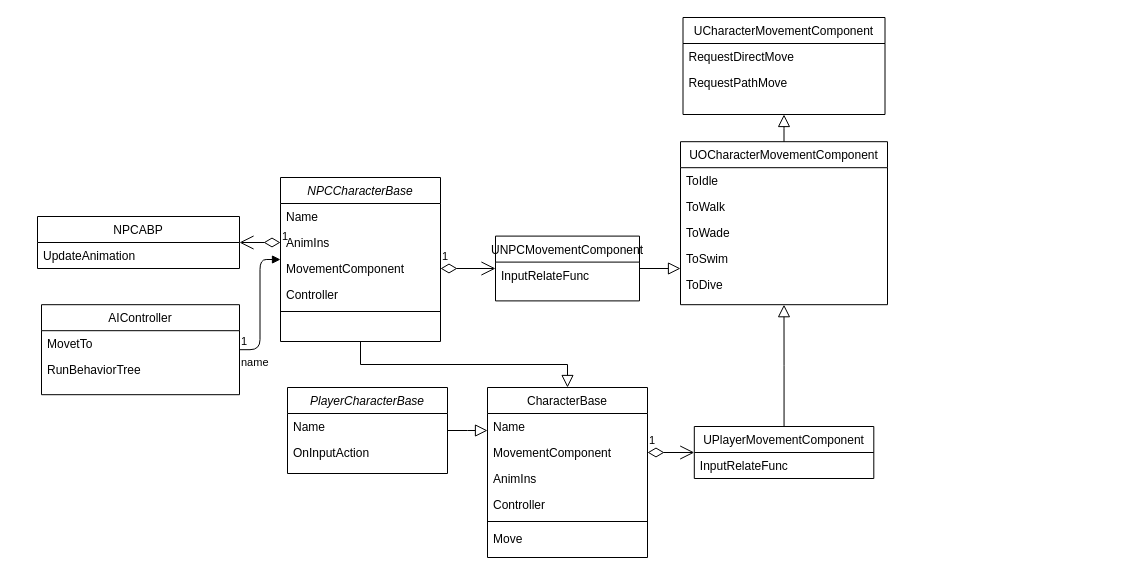
The draw.io diagram Untitled Diagram.drawio in linking314/hello-world, before the edit. Source tidied: cells renumbered, new cells numbered last; positions are measured from the earlier drawing's top-left corner, leaving out a move shared by most shapes. Both pictures are drawn from the tidied source at 100%, with x=0, y=0 at pixel (37, 17).
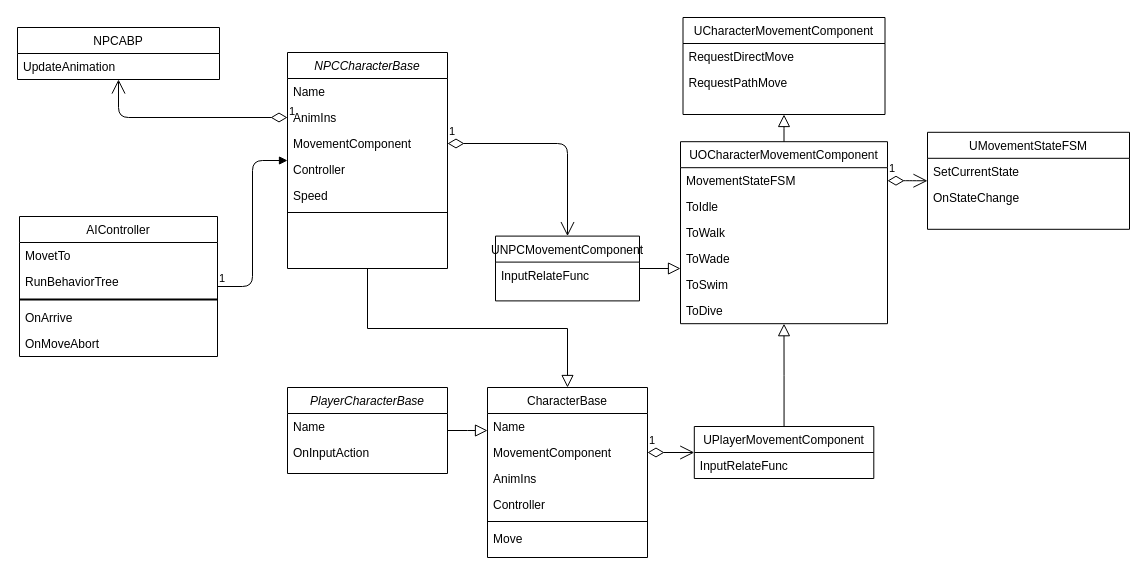
The same diagram, later.

Change to the diagram source:
```diff
@@
     <mxCell id="2" value="NPCCharacterBase&#10;" style="swimlane;fontStyle=2;align=center;verticalAlign=top;horizontal=1;startSize=26;rounded=0;shadow=0;strokeWidth=1;" parent="1" vertex="1">
-      <mxGeometry x="243" y="160" width="160" height="164" as="geometry" />
+      <mxGeometry x="250" y="35" width="160" height="216" as="geometry" />
     </mxCell>
@@
+    <mxCell id="46" value="Speed" style="text;align=left;verticalAlign=top;spacingLeft=4;spacingRight=4;overflow=hidden;rounded=0;shadow=0;html=0;" parent="2" vertex="1">
+      <mxGeometry y="130" width="160" height="26" as="geometry" />
+    </mxCell>
     <mxCell id="7" style="line;html=1;strokeWidth=1;align=left;verticalAlign=middle;spacingTop=-1;spacingLeft=3;spacingRight=3;labelPosition=right;" parent="2" vertex="1">
-      <mxGeometry y="130" width="160" height="8" as="geometry" />
+      <mxGeometry y="156" width="160" height="8" as="geometry" />
     </mxCell>
@@
     <mxCell id="16" value="UOCharacterMovementComponent" style="swimlane;fontStyle=0;align=center;verticalAlign=top;horizontal=1;startSize=26;rounded=0;shadow=0;strokeWidth=1;" parent="1" vertex="1">
-      <mxGeometry x="643" y="124.2" width="207" height="163" as="geometry" />
+      <mxGeometry x="643" y="124.2" width="207" height="182" as="geometry" />
     </mxCell>
+    <mxCell id="47" value="MovementStateFSM" style="text;align=left;verticalAlign=top;spacingLeft=4;spacingRight=4;overflow=hidden;points=[[0,0.5],[1,0.5]];portConstraint=eastwest;" parent="16" vertex="1">
+      <mxGeometry y="26" width="207" height="26" as="geometry" />
+    </mxCell>
     <mxCell id="17" value="ToIdle&#10;" style="text;align=left;verticalAlign=top;spacingLeft=4;spacingRight=4;overflow=hidden;" parent="16" vertex="1">
-      <mxGeometry y="26" width="207" height="26" as="geometry" />
+      <mxGeometry y="52" width="207" height="26" as="geometry" />
     </mxCell>
     <mxCell id="18" value="ToWalk" style="text;align=left;verticalAlign=top;spacingLeft=4;spacingRight=4;overflow=hidden;rounded=0;shadow=0;html=0;" parent="16" vertex="1">
-      <mxGeometry y="52" width="207" height="26" as="geometry" />
+      <mxGeometry y="78" width="207" height="26" as="geometry" />
     </mxCell>
     <mxCell id="19" value="ToWade" style="text;align=left;verticalAlign=top;spacingLeft=4;spacingRight=4;overflow=hidden;rounded=0;shadow=0;html=0;" parent="16" vertex="1">
-      <mxGeometry y="78" width="207" height="26" as="geometry" />
+      <mxGeometry y="104" width="207" height="26" as="geometry" />
     </mxCell>
     <mxCell id="20" value="ToSwim" style="text;align=left;verticalAlign=top;spacingLeft=4;spacingRight=4;overflow=hidden;rounded=0;shadow=0;html=0;" parent="16" vertex="1">
-      <mxGeometry y="104" width="207" height="26" as="geometry" />
+      <mxGeometry y="130" width="207" height="26" as="geometry" />
     </mxCell>
     <mxCell id="21" value="ToDive" style="text;align=left;verticalAlign=top;spacingLeft=4;spacingRight=4;overflow=hidden;rounded=0;shadow=0;html=0;" parent="16" vertex="1">
-      <mxGeometry y="130" width="207" height="26" as="geometry" />
+      <mxGeometry y="156" width="207" height="26" as="geometry" />
     </mxCell>
@@
     <mxCell id="27" value="AIController" style="swimlane;fontStyle=0;align=center;verticalAlign=top;horizontal=1;startSize=26;rounded=0;shadow=0;strokeWidth=1;" parent="1" vertex="1">
-      <mxGeometry x="4" y="287.2" width="198" height="90" as="geometry" />
+      <mxGeometry x="-18" y="199" width="198" height="140" as="geometry" />
     </mxCell>
@@
+    <mxCell id="48" style="line;strokeWidth=2;html=1;" parent="27" vertex="1">
+      <mxGeometry y="78" width="198" height="10" as="geometry" />
+    </mxCell>
+    <mxCell id="49" value="OnArrive" style="text;align=left;verticalAlign=top;spacingLeft=4;spacingRight=4;overflow=hidden;rounded=0;shadow=0;html=0;" parent="27" vertex="1">
+      <mxGeometry y="88" width="198" height="26" as="geometry" />
+    </mxCell>
+    <mxCell id="50" value="OnMoveAbort" style="text;align=left;verticalAlign=top;spacingLeft=4;spacingRight=4;overflow=hidden;rounded=0;shadow=0;html=0;" parent="27" vertex="1">
+      <mxGeometry y="114" width="198" height="26" as="geometry" />
+    </mxCell>
     <mxCell id="30" value="NPCABP&#10;" style="swimlane;fontStyle=0;align=center;verticalAlign=top;horizontal=1;startSize=26;rounded=0;shadow=0;strokeWidth=1;" parent="1" vertex="1">
-      <mxGeometry y="199" width="202" height="52" as="geometry" />
+      <mxGeometry x="-20" y="10" width="202" height="52" as="geometry" />
     </mxCell>
@@
-    <mxCell id="44" value="name" style="endArrow=block;endFill=1;html=1;edgeStyle=orthogonalEdgeStyle;align=left;verticalAlign=top;" parent="1" edge="1" source="27" target="2">
+    <mxCell id="44" style="endArrow=block;endFill=1;html=1;edgeStyle=orthogonalEdgeStyle;align=left;verticalAlign=top;" parent="1" edge="1" source="27" target="2">
       <mxGeometry x="-1" relative="1" as="geometry" />
     </mxCell>
@@
+    <mxCell id="51" value="UMovementStateFSM" style="swimlane;fontStyle=0;align=center;verticalAlign=top;horizontal=1;startSize=26;rounded=0;shadow=0;strokeWidth=1;" parent="1" vertex="1">
+      <mxGeometry x="890" y="114.8" width="202" height="97" as="geometry" />
+    </mxCell>
+    <mxCell id="52" value="SetCurrentState" style="text;align=left;verticalAlign=top;spacingLeft=4;spacingRight=4;overflow=hidden;" parent="51" vertex="1">
+      <mxGeometry y="26" width="202" height="26" as="geometry" />
+    </mxCell>
+    <mxCell id="53" value="OnStateChange" style="text;align=left;verticalAlign=top;spacingLeft=4;spacingRight=4;overflow=hidden;rounded=0;shadow=0;html=0;" parent="51" vertex="1">
+      <mxGeometry y="52" width="202" height="26" as="geometry" />
+    </mxCell>
+    <mxCell id="54" value="1" style="endArrow=open;html=1;endSize=12;startArrow=diamondThin;startSize=14;startFill=0;edgeStyle=orthogonalEdgeStyle;align=left;verticalAlign=bottom;" parent="1" edge="1" source="47" target="51">
+      <mxGeometry x="-1" y="3" relative="1" as="geometry" />
+    </mxCell>
```
